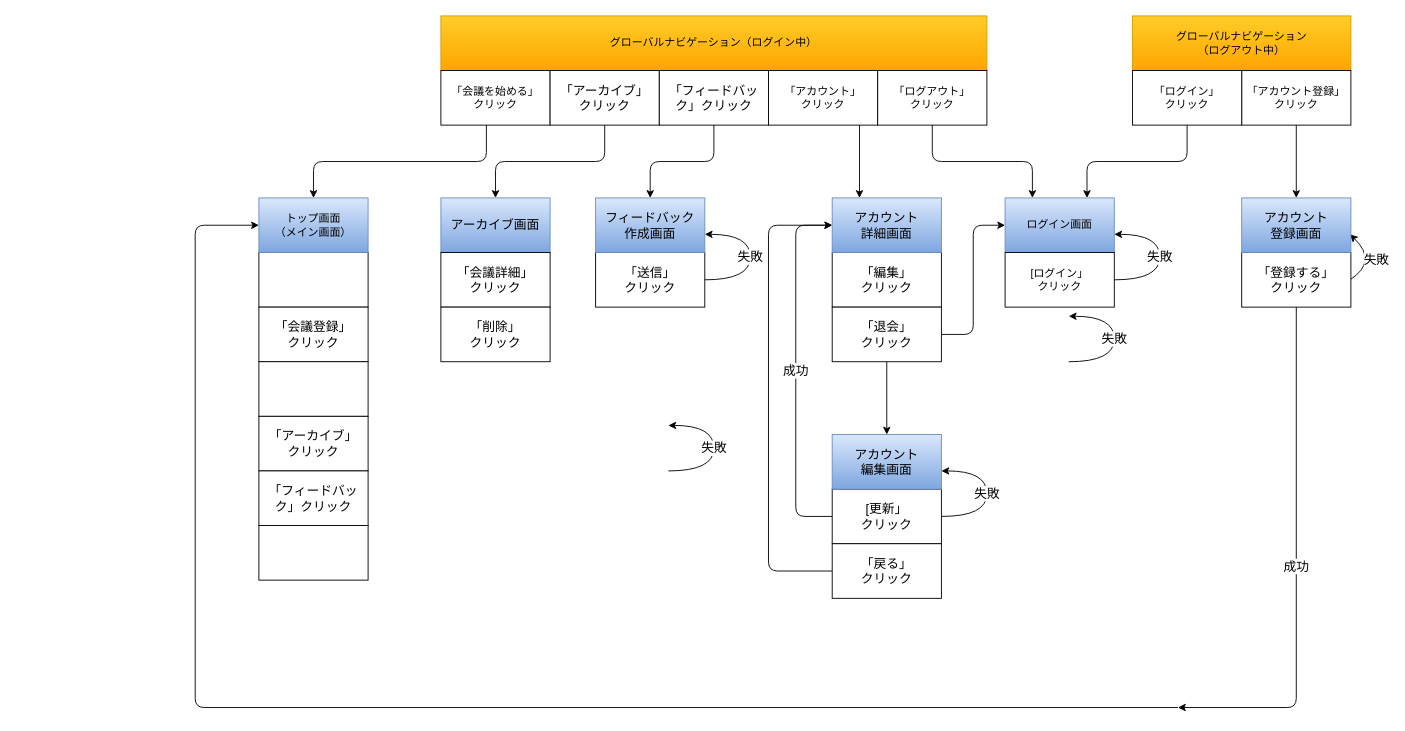
ushimedia/catalog_task_1 keeps this draw.io diagram as screen_transition.drawio. Above is the earlier version. Source tidied: cells renumbered, new cells numbered last; positions are measured from the earlier drawing's top-left corner, leaving out a move shared by most shapes. Both pictures are drawn from the tidied source at 91%, with x=0, y=0 at pixel (195, 15).
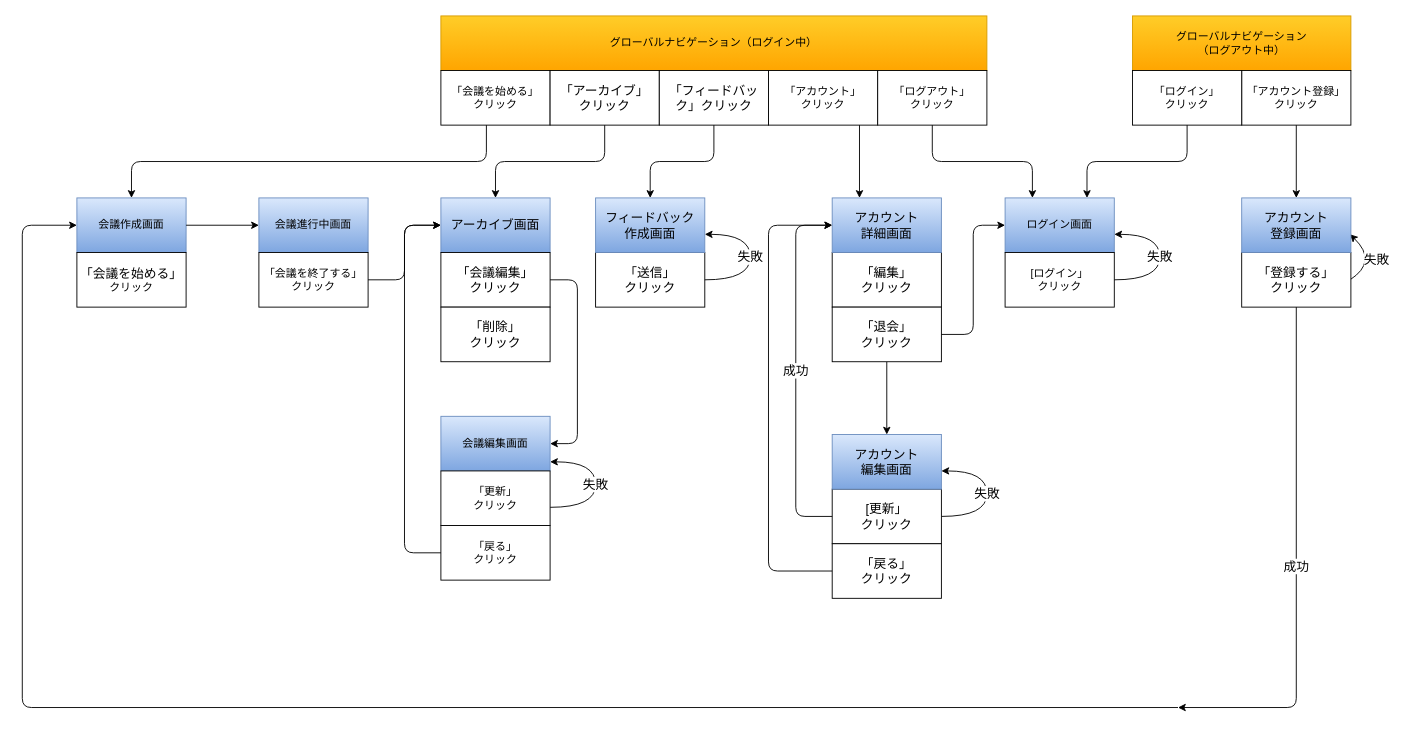
Above is the later version.

The change refers to these unchanged cells:
```xml
<mxCell id="39" value="アーカイブ画面" style="rounded=0;whiteSpace=wrap;html=1;fontSize=14;fillColor=#dae8fc;gradientColor=#7ea6e0;strokeColor=#6c8ebf;" parent="1" vertex="1">
  <mxGeometry x="270" y="200" width="120" height="60" as="geometry" />
</mxCell>
```

What changed in the source:
```diff
@@
-    <mxCell id="9" style="rounded=0;whiteSpace=wrap;html=1;" parent="1" vertex="1">
-      <mxGeometry x="70" y="260" width="120" height="60" as="geometry" />
-    </mxCell>
-    <mxCell id="10" value="トップ画面&lt;br&gt;（メイン画面）" style="rounded=0;whiteSpace=wrap;html=1;fillColor=#dae8fc;gradientColor=#7ea6e0;strokeColor=#6c8ebf;" parent="1" vertex="1">
-      <mxGeometry x="70" y="200" width="120" height="60" as="geometry" />
+    <mxCell id="10" value="会議作成画面" style="rounded=0;whiteSpace=wrap;html=1;fillColor=#dae8fc;gradientColor=#7ea6e0;strokeColor=#6c8ebf;" parent="1" vertex="1">
+      <mxGeometry x="-130" y="200" width="120" height="60" as="geometry" />
     </mxCell>
-    <mxCell id="11" value="&lt;font style=&quot;font-size: 14px&quot;&gt;「会議登録」&lt;br&gt;クリック&lt;/font&gt;" style="rounded=0;whiteSpace=wrap;html=1;" parent="1" vertex="1">
-      <mxGeometry x="70" y="320" width="120" height="60" as="geometry" />
+    <mxCell id="11" value="&lt;span style=&quot;font-size: 14px&quot;&gt;「会議を始める」&lt;br&gt;&lt;/span&gt;クリック" style="rounded=0;whiteSpace=wrap;html=1;" parent="1" vertex="1">
+      <mxGeometry x="-130" y="260" width="120" height="60" as="geometry" />
     </mxCell>
-    <mxCell id="12" style="rounded=0;whiteSpace=wrap;html=1;" parent="1" vertex="1">
-      <mxGeometry x="70" y="380" width="120" height="60" as="geometry" />
-    </mxCell>
-    <mxCell id="13" value="&lt;font style=&quot;font-size: 14px&quot;&gt;「アーカイブ」&lt;br&gt;クリック&lt;/font&gt;" style="rounded=0;whiteSpace=wrap;html=1;" parent="1" vertex="1">
-      <mxGeometry x="70" y="440" width="120" height="60" as="geometry" />
-    </mxCell>
@@
     <mxCell id="19" value="&lt;font style=&quot;font-size: 14px&quot;&gt;失敗&lt;/font&gt;" style="curved=1;endArrow=classic;html=1;" parent="1" edge="1">
       <mxGeometry relative="1" as="geometry">
-        <mxPoint x="520" y="500" as="sourcePoint" />
-        <mxPoint x="520" y="450" as="targetPoint" />
+        <mxPoint x="390" y="540" as="sourcePoint" />
+        <mxPoint x="390" y="490" as="targetPoint" />
         <Array as="points">
-          <mxPoint x="570" y="500" />
-          <mxPoint x="570" y="450" />
-          <mxPoint x="520" y="450" />
+          <mxPoint x="440" y="540" />
+          <mxPoint x="440" y="490" />
+          <mxPoint x="390" y="490" />
         </Array>
       </mxGeometry>
     </mxCell>
@@
     <mxCell id="27" style="edgeStyle=elbowEdgeStyle;elbow=horizontal;endArrow=classic;html=1;fontSize=14;entryX=0;entryY=0.5;entryDx=0;entryDy=0;" parent="1" edge="1" target="10">
       <mxGeometry relative="1" as="geometry">
         <mxPoint x="1080" y="760" as="sourcePoint" />
         <Array as="points">
-          <mxPoint y="470" />
+          <mxPoint x="-190" y="490" />
         </Array>
       </mxGeometry>
     </mxCell>
@@
-    <mxCell id="37" value="「フィードバック」クリック" style="rounded=0;whiteSpace=wrap;html=1;fontSize=14;" parent="1" vertex="1">
-      <mxGeometry x="70" y="500" width="120" height="60" as="geometry" />
-    </mxCell>
-    <mxCell id="38" style="rounded=0;whiteSpace=wrap;html=1;fontSize=14;" parent="1" vertex="1">
-      <mxGeometry x="70" y="560" width="120" height="60" as="geometry" />
-    </mxCell>
@@
-    <mxCell id="40" value="「会議詳細」&lt;br&gt;クリック" style="rounded=0;whiteSpace=wrap;html=1;fontSize=14;" parent="1" vertex="1">
+    <mxCell id="40" value="「会議編集」&lt;br&gt;クリック" style="rounded=0;whiteSpace=wrap;html=1;fontSize=14;" parent="1" vertex="1">
       <mxGeometry x="270" y="260" width="120" height="60" as="geometry" />
     </mxCell>
@@
-    <mxCell id="44" value="&lt;font style=&quot;font-size: 14px&quot;&gt;失敗&lt;/font&gt;" style="curved=1;endArrow=classic;html=1;" parent="1" edge="1">
-      <mxGeometry relative="1" as="geometry">
-        <mxPoint x="960" y="380" as="sourcePoint" />
-        <mxPoint x="960" y="330" as="targetPoint" />
-        <Array as="points">
-          <mxPoint x="1010" y="380" />
-          <mxPoint x="1010" y="330" />
-          <mxPoint x="960" y="330" />
-        </Array>
-      </mxGeometry>
-    </mxCell>
@@
+    <mxCell id="52" value="「戻る」&lt;br&gt;クリック" style="rounded=0;whiteSpace=wrap;html=1;" parent="1" vertex="1">
+      <mxGeometry x="270" y="560" width="120" height="60" as="geometry" />
+    </mxCell>
+    <mxCell id="53" value="会議編集画面" style="rounded=0;whiteSpace=wrap;html=1;fillColor=#dae8fc;gradientColor=#7ea6e0;strokeColor=#6c8ebf;" parent="1" vertex="1">
+      <mxGeometry x="270" y="440" width="120" height="60" as="geometry" />
+    </mxCell>
+    <mxCell id="54" style="edgeStyle=elbowEdgeStyle;elbow=horizontal;endArrow=classic;html=1;entryX=1;entryY=0.5;entryDx=0;entryDy=0;exitX=1;exitY=0.5;exitDx=0;exitDy=0;" parent="1" edge="1" source="40" target="53">
+      <mxGeometry relative="1" as="geometry">
+        <Array as="points">
+          <mxPoint x="420" y="390" />
+        </Array>
+      </mxGeometry>
+    </mxCell>
+    <mxCell id="55" value="会議進行中画面" style="rounded=0;whiteSpace=wrap;html=1;fillColor=#dae8fc;gradientColor=#7ea6e0;strokeColor=#6c8ebf;" parent="1" vertex="1">
+      <mxGeometry x="70" y="200" width="120" height="60" as="geometry" />
+    </mxCell>
+    <mxCell id="56" value="「更新」&lt;br&gt;クリック" style="rounded=0;whiteSpace=wrap;html=1;" parent="1" vertex="1">
+      <mxGeometry x="270" y="500" width="120" height="60" as="geometry" />
+    </mxCell>
+    <mxCell id="57" style="edgeStyle=elbowEdgeStyle;elbow=horizontal;endArrow=classic;html=1;entryX=0;entryY=0.5;entryDx=0;entryDy=0;exitX=0;exitY=0.5;exitDx=0;exitDy=0;" parent="1" edge="1" source="52" target="39">
+      <mxGeometry relative="1" as="geometry">
+        <Array as="points">
+          <mxPoint x="230" y="420" />
+        </Array>
+      </mxGeometry>
+    </mxCell>
+    <mxCell id="58" value="「会議を終了する」&lt;br&gt;クリック" style="rounded=0;whiteSpace=wrap;html=1;" parent="1" vertex="1">
+      <mxGeometry x="70" y="260" width="120" height="60" as="geometry" />
+    </mxCell>
+    <mxCell id="59" style="endArrow=classic;html=1;exitX=1;exitY=0.5;exitDx=0;exitDy=0;entryX=0;entryY=0.5;entryDx=0;entryDy=0;" parent="1" edge="1" source="10" target="55">
+      <mxGeometry relative="1" as="geometry" />
+    </mxCell>
+    <mxCell id="60" style="edgeStyle=elbowEdgeStyle;elbow=horizontal;endArrow=classic;html=1;exitX=1;exitY=0.5;exitDx=0;exitDy=0;" parent="1" edge="1" source="58">
+      <mxGeometry relative="1" as="geometry">
+        <mxPoint x="270" y="230" as="targetPoint" />
+      </mxGeometry>
+    </mxCell>
```
